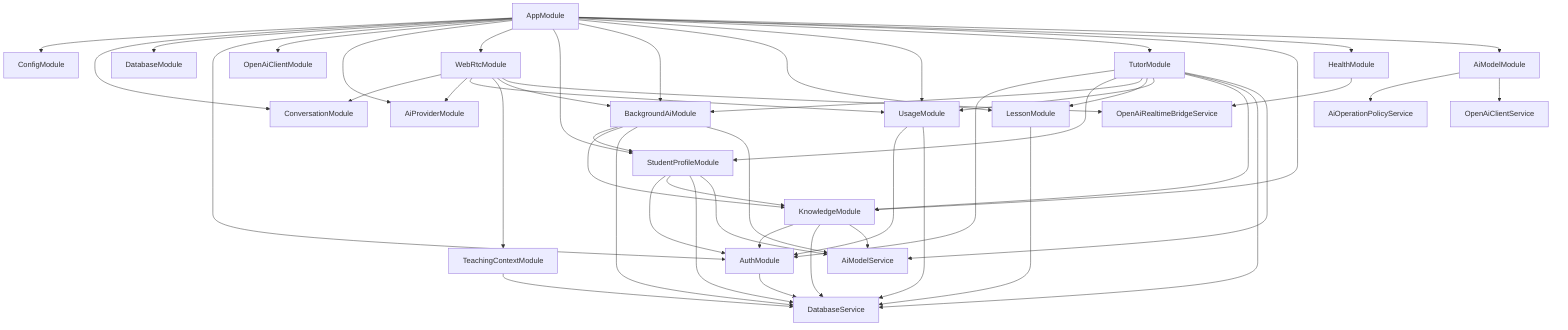
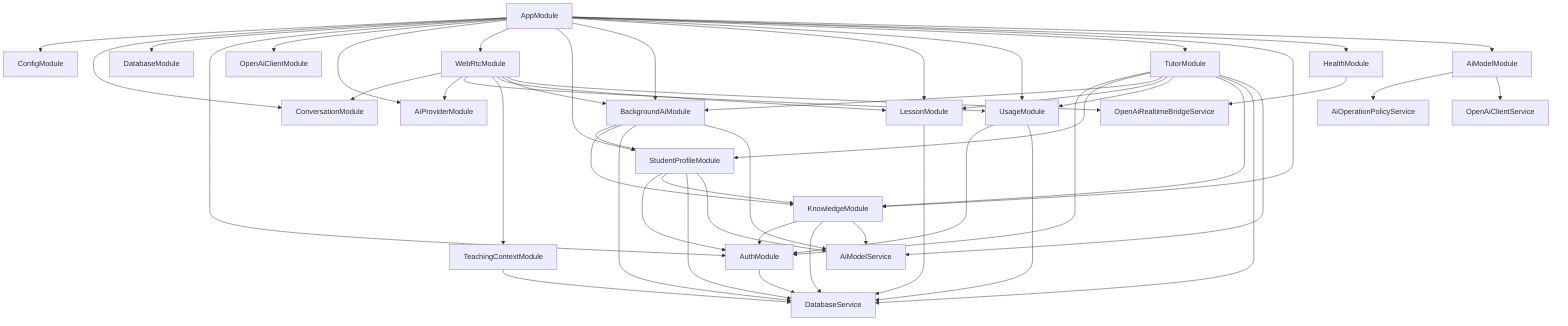
flowchart TB
  AppModule[AppModule] --> Config[ConfigModule]
  AppModule --> Conversation[ConversationModule]
  AppModule --> Database[DatabaseModule]
  AppModule --> Auth[AuthModule]
  AppModule --> OpenAI[OpenAiClientModule]
  AppModule --> Providers[AiProviderModule]
  AppModule --> WebRTC[WebRtcModule]
  AppModule --> StudentProfile[StudentProfileModule]
  AppModule --> BackgroundAI[BackgroundAiModule]
  AppModule --> Lesson[LessonModule]
  AppModule --> Usage[UsageModule]
  AppModule --> Tutor[TutorModule]
  AppModule --> Knowledge[KnowledgeModule]
  AppModule --> Health[HealthModule]
  AppModule --> ModelProvider[AiModelModule]
  TeachingContext[TeachingContextModule]

  Tutor --> Auth
  Tutor --> StudentProfile
  Tutor --> BackgroundAI
  Tutor --> Lesson
  Tutor --> Usage
  Tutor --> Knowledge
  Tutor --> DatabaseService[DatabaseService]
  Tutor --> ModelService[AiModelService]

  BackgroundAI --> StudentProfile
  BackgroundAI --> Knowledge
  BackgroundAI --> DatabaseService
  BackgroundAI --> ModelService

  Usage --> Auth
  Usage --> DatabaseService

  Lesson --> DatabaseService

  StudentProfile --> Auth
  StudentProfile --> Knowledge
  StudentProfile --> DatabaseService
  StudentProfile --> ModelService

  Knowledge --> Auth
  Knowledge --> DatabaseService
  Knowledge --> ModelService

  ModelProvider --> ModelPolicy[AiOperationPolicyService]
  ModelProvider --> OpenAIClient[OpenAiClientService]

  WebRTC --> Conversation
  WebRTC --> Providers
  WebRTC --> Usage
  WebRTC --> TeachingContext
+   WebRTC --> Lesson
  WebRTC --> BackgroundAI
  WebRTC --> OpenAIRealtimeBridge[OpenAiRealtimeBridgeService]

  TeachingContext --> DatabaseService

  Health --> OpenAIRealtimeBridge
  Auth --> DatabaseService
